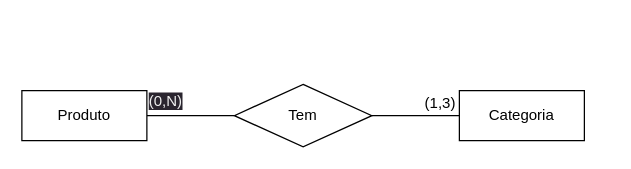
Fernanda071/ecommerce-node-api keeps this draw.io diagram as page "Modelo Conceitual" (1 of 2) of requirements/ecommerce-database.drawio. Above is the earlier version. Source tidied: cells renumbered, new cells numbered last; positions are measured from the earlier drawing's top-left corner, leaving out a move shared by most shapes. Both pictures are drawn from the tidied source at 125%, with x=0, y=0 at pixel (21, 84).
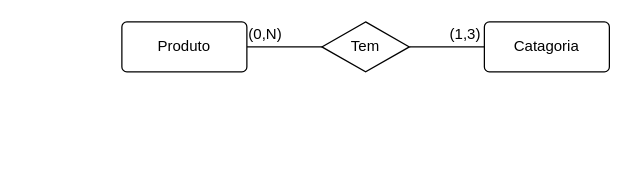
Above is the later version.

What changed in the source:
```diff
@@
 <mxGraphModel>
   <root>
     <mxCell id="0" />
     <mxCell id="1" parent="0" />
+    <mxCell id="6" style="edgeStyle=none;html=1;exitX=1;exitY=0.5;exitDx=0;exitDy=0;entryX=0;entryY=0.5;entryDx=0;entryDy=0;endArrow=none;endFill=0;" parent="1" edge="1" source="3" target="5">
+      <mxGeometry relative="1" as="geometry" />
+    </mxCell>
+    <mxCell id="3" value="Produto" style="rounded=1;arcSize=10;whiteSpace=wrap;html=1;align=center;" parent="1" vertex="1">
+      <mxGeometry x="80" y="-50" width="100" height="40" as="geometry" />
+    </mxCell>
+    <mxCell id="9" value="Catagoria" style="rounded=1;arcSize=10;whiteSpace=wrap;html=1;align=center;" parent="1" vertex="1">
+      <mxGeometry x="370" y="-50" width="100" height="40" as="geometry" />
+    </mxCell>
-    <mxCell id="2" style="edgeStyle=none;html=1;exitX=1;exitY=0.5;exitDx=0;exitDy=0;entryX=0;entryY=0.5;entryDx=0;entryDy=0;strokeColor=default;endArrow=none;endFill=0;" parent="1" edge="1" source="3" target="6">
+    <mxCell id="2" style="edgeStyle=none;html=1;exitX=1;exitY=0.5;exitDx=0;exitDy=0;entryX=0;entryY=0.5;entryDx=0;entryDy=0;endArrow=none;endFill=0;" parent="1" edge="1" source="5" target="9">
       <mxGeometry relative="1" as="geometry" />
     </mxCell>
-    <mxCell id="3" value="Produto" style="whiteSpace=wrap;html=1;align=center;" parent="1" vertex="1">
-      <mxGeometry y="5" width="100" height="40" as="geometry" />
-    </mxCell>
+    <mxCell id="5" value="Tem" style="shape=rhombus;perimeter=rhombusPerimeter;whiteSpace=wrap;html=1;align=center;" parent="1" vertex="1">
+      <mxGeometry x="240" y="-50" width="70" height="40" as="geometry" />
+    </mxCell>
-    <mxCell id="4" style="edgeStyle=none;html=1;exitX=0;exitY=0.5;exitDx=0;exitDy=0;entryX=1;entryY=0.5;entryDx=0;entryDy=0;endArrow=none;endFill=0;" parent="1" edge="1" source="5" target="6">
-      <mxGeometry relative="1" as="geometry" />
+    <mxCell id="4" value="(1,3)" style="text;html=1;strokeColor=none;fillColor=none;align=center;verticalAlign=middle;whiteSpace=wrap;rounded=0;" parent="1" vertex="1">
+      <mxGeometry x="340" y="-50" width="30" height="20" as="geometry" />
     </mxCell>
-    <mxCell id="5" value="Categoria" style="whiteSpace=wrap;html=1;align=center;" parent="1" vertex="1">
-      <mxGeometry x="350" y="5" width="100" height="40" as="geometry" />
-    </mxCell>
-    <mxCell id="6" value="Tem" style="shape=rhombus;perimeter=rhombusPerimeter;whiteSpace=wrap;html=1;align=center;" parent="1" vertex="1">
-      <mxGeometry x="170" width="110" height="50" as="geometry" />
-    </mxCell>
-    <mxCell id="7" value="(1,3)" style="text;html=1;strokeColor=none;fillColor=none;align=center;verticalAlign=middle;whiteSpace=wrap;rounded=0;" parent="1" vertex="1">
-      <mxGeometry x="305" width="60" height="30" as="geometry" />
+    <mxCell id="7" value="(0,N)" style="text;html=1;strokeColor=none;fillColor=none;align=center;verticalAlign=middle;whiteSpace=wrap;rounded=0;" parent="1" vertex="1">
+      <mxGeometry x="180" y="-50" width="30" height="20" as="geometry" />
     </mxCell>
-    <mxCell id="8" value="&lt;span style=&quot;color: rgb(240, 240, 240); font-family: Helvetica; font-size: 12px; font-style: normal; font-variant-ligatures: normal; font-variant-caps: normal; font-weight: 400; letter-spacing: normal; orphans: 2; text-align: center; text-indent: 0px; text-transform: none; widows: 2; word-spacing: 0px; -webkit-text-stroke-width: 0px; background-color: rgb(42, 37, 47); text-decoration-thickness: initial; text-decoration-style: initial; text-decoration-color: initial; float: none; display: inline !important;&quot;&gt;(0,N)&lt;/span&gt;" style="text;whiteSpace=wrap;html=1;" parent="1" vertex="1">
-      <mxGeometry x="100" width="60" height="40" as="geometry" />
-    </mxCell>
   </root>
 </mxGraphModel>
```
